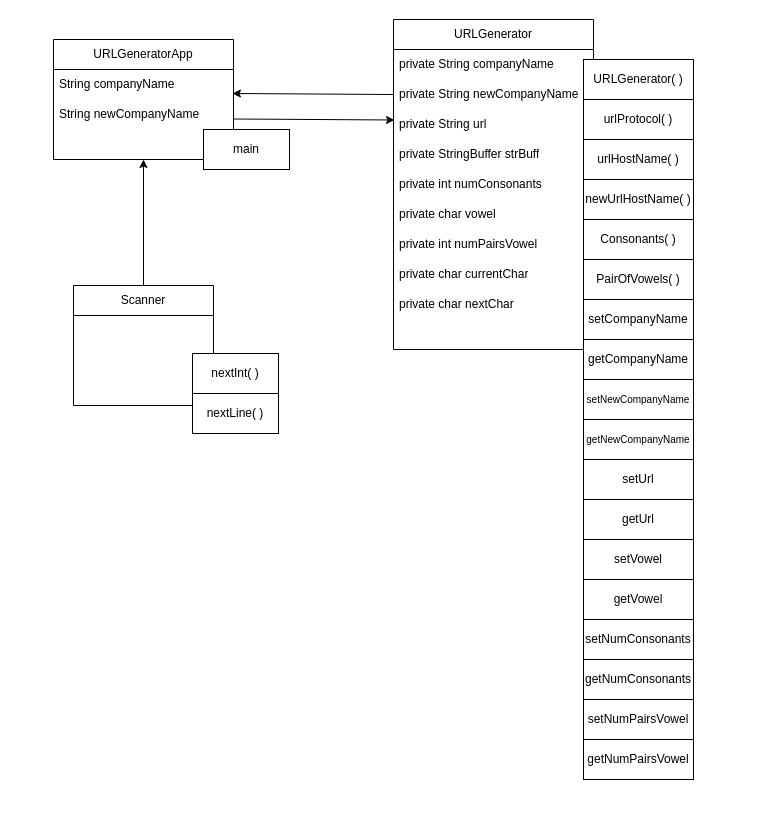
sergio-oliveira-br/Software-Development keeps this draw.io diagram as URLGenerator.drawio. Above is the earlier version. Source tidied: cells renumbered, new cells numbered last; positions are measured from the earlier drawing's top-left corner, leaving out a move shared by most shapes. Both pictures are drawn from the tidied source at 100%, with x=0, y=0 at pixel (53, 19).
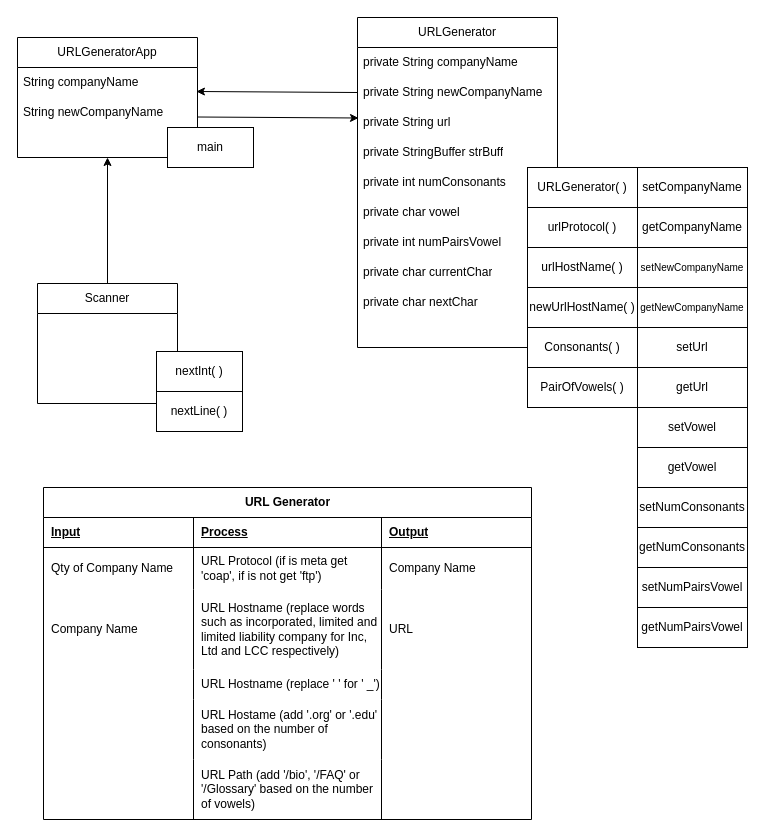
The same page after the edit.

The edit, as a diff of the source:
```diff
@@
     <mxCell id="3" value="Scanner" style="swimlane;fontStyle=0;horizontal=1;startSize=30;whiteSpace=wrap;html=1;" parent="1" vertex="1">
-      <mxGeometry x="20" y="266" width="140" height="120" as="geometry" />
+      <mxGeometry x="-16" y="264" width="140" height="120" as="geometry" />
     </mxCell>
@@
     <mxCell id="7" value="URLGenerator" style="swimlane;fontStyle=0;horizontal=1;startSize=30;whiteSpace=wrap;html=1;" parent="1" vertex="1">
-      <mxGeometry x="340" width="200" height="330" as="geometry" />
+      <mxGeometry x="304" y="-2" width="200" height="330" as="geometry" />
     </mxCell>
@@
     <mxCell id="18" value="URLGeneratorApp" style="swimlane;fontStyle=0;horizontal=1;startSize=30;whiteSpace=wrap;html=1;" parent="1" vertex="1">
-      <mxGeometry y="20" width="180" height="120" as="geometry" />
+      <mxGeometry x="-36" y="18" width="180" height="120" as="geometry" />
     </mxCell>
@@
     <mxCell id="22" value="main" style="rounded=0;whiteSpace=wrap;html=1;" parent="1" vertex="1">
-      <mxGeometry x="150" y="110" width="86" height="40" as="geometry" />
+      <mxGeometry x="114" y="108" width="86" height="40" as="geometry" />
     </mxCell>
     <mxCell id="23" value="nextLine( )" style="rounded=0;whiteSpace=wrap;html=1;" parent="1" vertex="1">
-      <mxGeometry x="139" y="374" width="86" height="40" as="geometry" />
+      <mxGeometry x="103" y="372" width="86" height="40" as="geometry" />
     </mxCell>
     <mxCell id="24" value="nextInt( )" style="rounded=0;whiteSpace=wrap;html=1;" parent="1" vertex="1">
-      <mxGeometry x="139" y="334" width="86" height="40" as="geometry" />
+      <mxGeometry x="103" y="332" width="86" height="40" as="geometry" />
     </mxCell>
     <mxCell id="25" value="URLGenerator( )" style="rounded=0;whiteSpace=wrap;html=1;" parent="1" vertex="1">
-      <mxGeometry x="530" y="40" width="110" height="40" as="geometry" />
+      <mxGeometry x="474" y="148" width="110" height="40" as="geometry" />
     </mxCell>
     <mxCell id="26" value="urlProtocol( )" style="rounded=0;whiteSpace=wrap;html=1;" parent="1" vertex="1">
-      <mxGeometry x="530" y="80" width="110" height="40" as="geometry" />
+      <mxGeometry x="474" y="188" width="110" height="40" as="geometry" />
     </mxCell>
     <mxCell id="27" value="urlHostName( )" style="rounded=0;whiteSpace=wrap;html=1;" parent="1" vertex="1">
-      <mxGeometry x="530" y="120" width="110" height="40" as="geometry" />
+      <mxGeometry x="474" y="228" width="110" height="40" as="geometry" />
     </mxCell>
     <mxCell id="28" value="newUrlHostName( )" style="rounded=0;whiteSpace=wrap;html=1;" parent="1" vertex="1">
-      <mxGeometry x="530" y="160" width="110" height="40" as="geometry" />
+      <mxGeometry x="474" y="268" width="110" height="40" as="geometry" />
     </mxCell>
     <mxCell id="29" value="Consonants( )" style="rounded=0;whiteSpace=wrap;html=1;" parent="1" vertex="1">
-      <mxGeometry x="530" y="200" width="110" height="40" as="geometry" />
+      <mxGeometry x="474" y="308" width="110" height="40" as="geometry" />
     </mxCell>
     <mxCell id="30" value="PairOfVowels( )" style="rounded=0;whiteSpace=wrap;html=1;" parent="1" vertex="1">
-      <mxGeometry x="530" y="240" width="110" height="40" as="geometry" />
+      <mxGeometry x="474" y="348" width="110" height="40" as="geometry" />
     </mxCell>
     <mxCell id="31" value="setCompanyName" style="rounded=0;whiteSpace=wrap;html=1;" parent="1" vertex="1">
-      <mxGeometry x="530" y="280" width="110" height="40" as="geometry" />
+      <mxGeometry x="584" y="148" width="110" height="40" as="geometry" />
     </mxCell>
     <mxCell id="32" value="getCompanyName" style="rounded=0;whiteSpace=wrap;html=1;" parent="1" vertex="1">
-      <mxGeometry x="530" y="320" width="110" height="40" as="geometry" />
+      <mxGeometry x="584" y="188" width="110" height="40" as="geometry" />
     </mxCell>
     <mxCell id="33" value="setNewCompanyName" style="rounded=0;whiteSpace=wrap;html=1;fontSize=10;" parent="1" vertex="1">
-      <mxGeometry x="530" y="360" width="110" height="40" as="geometry" />
+      <mxGeometry x="584" y="228" width="110" height="40" as="geometry" />
     </mxCell>
     <mxCell id="34" value="getNewCompanyName" style="rounded=0;whiteSpace=wrap;html=1;fontSize=10;" parent="1" vertex="1">
-      <mxGeometry x="530" y="400" width="110" height="40" as="geometry" />
+      <mxGeometry x="584" y="268" width="110" height="40" as="geometry" />
     </mxCell>
     <mxCell id="35" value="setUrl" style="rounded=0;whiteSpace=wrap;html=1;" parent="1" vertex="1">
-      <mxGeometry x="530" y="440" width="110" height="40" as="geometry" />
+      <mxGeometry x="584" y="308" width="110" height="40" as="geometry" />
     </mxCell>
     <mxCell id="36" value="getUrl" style="rounded=0;whiteSpace=wrap;html=1;" parent="1" vertex="1">
-      <mxGeometry x="530" y="480" width="110" height="40" as="geometry" />
+      <mxGeometry x="584" y="348" width="110" height="40" as="geometry" />
     </mxCell>
     <mxCell id="37" value="setVowel" style="rounded=0;whiteSpace=wrap;html=1;" parent="1" vertex="1">
-      <mxGeometry x="530" y="520" width="110" height="40" as="geometry" />
+      <mxGeometry x="584" y="388" width="110" height="40" as="geometry" />
     </mxCell>
     <mxCell id="38" value="getVowel" style="rounded=0;whiteSpace=wrap;html=1;" parent="1" vertex="1">
-      <mxGeometry x="530" y="560" width="110" height="40" as="geometry" />
+      <mxGeometry x="584" y="428" width="110" height="40" as="geometry" />
     </mxCell>
     <mxCell id="39" value="setNumConsonants" style="rounded=0;whiteSpace=wrap;html=1;" parent="1" vertex="1">
-      <mxGeometry x="530" y="600" width="110" height="40" as="geometry" />
+      <mxGeometry x="584" y="468" width="110" height="40" as="geometry" />
     </mxCell>
     <mxCell id="40" value="setNumPairsVowel" style="rounded=0;whiteSpace=wrap;html=1;" parent="1" vertex="1">
-      <mxGeometry x="530" y="680" width="110" height="40" as="geometry" />
+      <mxGeometry x="584" y="548" width="110" height="40" as="geometry" />
     </mxCell>
     <mxCell id="41" value="getNumConsonants" style="rounded=0;whiteSpace=wrap;html=1;" parent="1" vertex="1">
-      <mxGeometry x="530" y="640" width="110" height="40" as="geometry" />
+      <mxGeometry x="584" y="508" width="110" height="40" as="geometry" />
     </mxCell>
     <mxCell id="42" value="getNumPairsVowel" style="rounded=0;whiteSpace=wrap;html=1;" parent="1" vertex="1">
-      <mxGeometry x="530" y="720" width="110" height="40" as="geometry" />
+      <mxGeometry x="584" y="588" width="110" height="40" as="geometry" />
     </mxCell>
@@
     <mxCell id="44" style="endArrow=classic;html=1;rounded=0;entryX=0.994;entryY=-0.2;entryDx=0;entryDy=0;entryPerimeter=0;exitX=0;exitY=0.5;exitDx=0;exitDy=0;" parent="1" edge="1">
       <mxGeometry relative="1" as="geometry">
-        <mxPoint x="180" y="99.5" as="sourcePoint" />
-        <mxPoint x="341" y="100.5" as="targetPoint" />
+        <mxPoint x="144" y="97.5" as="sourcePoint" />
+        <mxPoint x="305" y="98.5" as="targetPoint" />
       </mxGeometry>
     </mxCell>
+    <mxCell id="45" value="URL Generator" style="shape=table;startSize=30;childLayout=tableLayout;rowLines=0;fontStyle=1;align=center;html=1;" parent="1" vertex="1">
+      <mxGeometry x="-10" y="468" width="488" height="332" as="geometry" />
+    </mxCell>
+    <mxCell id="46" style="shape=tableRow;horizontal=0;startSize=0;swimlaneHead=0;swimlaneBody=0;fillColor=none;top=0;left=0;right=0;bottom=1;" parent="45" vertex="1">
+      <mxGeometry y="30" width="488" height="30" as="geometry" />
+    </mxCell>
+    <mxCell id="47" value="Input" style="shape=partialRectangle;fillColor=none;top=0;left=0;bottom=0;right=0;align=left;spacingLeft=6;fontStyle=5;overflow=hidden;whiteSpace=wrap;html=1;" parent="46" vertex="1">
+      <mxGeometry width="150" height="30" as="geometry" />
+    </mxCell>
+    <mxCell id="48" value="Process" style="shape=partialRectangle;fillColor=none;top=0;left=0;bottom=0;right=0;align=left;spacingLeft=6;fontStyle=5;overflow=hidden;whiteSpace=wrap;html=1;" parent="46" vertex="1">
+      <mxGeometry x="150" width="188" height="30" as="geometry" />
+    </mxCell>
+    <mxCell id="49" value="Output" style="shape=partialRectangle;fillColor=none;top=0;left=0;bottom=0;right=0;align=left;spacingLeft=6;fontStyle=5;overflow=hidden;whiteSpace=wrap;html=1;" parent="46" vertex="1">
+      <mxGeometry x="338" width="150" height="30" as="geometry" />
+    </mxCell>
+    <mxCell id="50" style="shape=tableRow;horizontal=0;startSize=0;swimlaneHead=0;swimlaneBody=0;fillColor=none;top=0;left=0;right=0;bottom=0;" parent="45" vertex="1">
+      <mxGeometry y="60" width="488" height="42" as="geometry" />
+    </mxCell>
+    <mxCell id="51" value="Qty of Company Name" style="shape=partialRectangle;fillColor=none;top=0;left=0;bottom=0;right=0;align=left;spacingLeft=6;overflow=hidden;whiteSpace=wrap;html=1;" parent="50" vertex="1">
+      <mxGeometry width="150" height="42" as="geometry" />
+    </mxCell>
+    <mxCell id="52" value="URL Protocol (if is meta get 'coap', if is not get 'ftp')" style="shape=partialRectangle;fillColor=none;top=0;left=0;bottom=0;right=0;align=left;spacingLeft=6;overflow=hidden;whiteSpace=wrap;html=1;" parent="50" vertex="1">
+      <mxGeometry x="150" width="188" height="42" as="geometry" />
+    </mxCell>
+    <mxCell id="53" value="Company Name" style="shape=partialRectangle;fillColor=none;top=0;left=0;bottom=0;right=0;align=left;spacingLeft=6;overflow=hidden;whiteSpace=wrap;html=1;" parent="50" vertex="1">
+      <mxGeometry x="338" width="150" height="42" as="geometry" />
+    </mxCell>
+    <mxCell id="54" style="shape=tableRow;horizontal=0;startSize=0;swimlaneHead=0;swimlaneBody=0;fillColor=none;top=0;left=0;right=0;bottom=0;" parent="45" vertex="1">
+      <mxGeometry y="102" width="488" height="80" as="geometry" />
+    </mxCell>
+    <mxCell id="55" value="Company Name" style="shape=partialRectangle;fillColor=none;top=0;left=0;bottom=0;right=0;align=left;spacingLeft=6;overflow=hidden;whiteSpace=wrap;html=1;" parent="54" vertex="1">
+      <mxGeometry width="150" height="80" as="geometry" />
+    </mxCell>
+    <mxCell id="56" value="URL Hostname (replace words such as incorporated, limited and limited liability company for Inc, Ltd and LCC respectively)" style="shape=partialRectangle;fillColor=none;top=0;left=0;bottom=0;right=0;align=left;spacingLeft=6;overflow=hidden;whiteSpace=wrap;html=1;" parent="54" vertex="1">
+      <mxGeometry x="150" width="188" height="80" as="geometry" />
+    </mxCell>
+    <mxCell id="57" value="URL" style="shape=partialRectangle;fillColor=none;top=0;left=0;bottom=0;right=0;align=left;spacingLeft=6;overflow=hidden;whiteSpace=wrap;html=1;" parent="54" vertex="1">
+      <mxGeometry x="338" width="150" height="80" as="geometry" />
+    </mxCell>
+    <mxCell id="58" style="shape=tableRow;horizontal=0;startSize=0;swimlaneHead=0;swimlaneBody=0;fillColor=none;top=0;left=0;right=0;bottom=0;" parent="45" vertex="1">
+      <mxGeometry y="182" width="488" height="30" as="geometry" />
+    </mxCell>
+    <mxCell id="59" style="shape=partialRectangle;fillColor=none;top=0;left=0;bottom=0;right=0;align=left;spacingLeft=6;overflow=hidden;whiteSpace=wrap;html=1;" parent="58" vertex="1">
+      <mxGeometry width="150" height="30" as="geometry" />
+    </mxCell>
+    <mxCell id="60" value="URL Hostname (replace ' ' for ' _')" style="shape=partialRectangle;fillColor=none;top=0;left=0;bottom=0;right=0;align=left;spacingLeft=6;overflow=hidden;whiteSpace=wrap;html=1;" parent="58" vertex="1">
+      <mxGeometry x="150" width="188" height="30" as="geometry" />
+    </mxCell>
+    <mxCell id="61" style="shape=partialRectangle;fillColor=none;top=0;left=0;bottom=0;right=0;align=left;spacingLeft=6;overflow=hidden;whiteSpace=wrap;html=1;" parent="58" vertex="1">
+      <mxGeometry x="338" width="150" height="30" as="geometry" />
+    </mxCell>
+    <mxCell id="62" style="shape=tableRow;horizontal=0;startSize=0;swimlaneHead=0;swimlaneBody=0;fillColor=none;top=0;left=0;right=0;bottom=0;" parent="45" vertex="1">
+      <mxGeometry y="212" width="488" height="60" as="geometry" />
+    </mxCell>
+    <mxCell id="63" style="shape=partialRectangle;fillColor=none;top=0;left=0;bottom=0;right=0;align=left;spacingLeft=6;overflow=hidden;whiteSpace=wrap;html=1;" parent="62" vertex="1">
+      <mxGeometry width="150" height="60" as="geometry" />
+    </mxCell>
+    <mxCell id="64" value="URL Hostame (add '.org' or '.edu' based on the number of consonants)" style="shape=partialRectangle;fillColor=none;top=0;left=0;bottom=0;right=0;align=left;spacingLeft=6;overflow=hidden;whiteSpace=wrap;html=1;" parent="62" vertex="1">
+      <mxGeometry x="150" width="188" height="60" as="geometry" />
+    </mxCell>
+    <mxCell id="65" style="shape=partialRectangle;fillColor=none;top=0;left=0;bottom=0;right=0;align=left;spacingLeft=6;overflow=hidden;whiteSpace=wrap;html=1;" parent="62" vertex="1">
+      <mxGeometry x="338" width="150" height="60" as="geometry" />
+    </mxCell>
+    <mxCell id="66" style="shape=tableRow;horizontal=0;startSize=0;swimlaneHead=0;swimlaneBody=0;fillColor=none;top=0;left=0;right=0;bottom=0;" parent="45" vertex="1">
+      <mxGeometry y="272" width="488" height="60" as="geometry" />
+    </mxCell>
+    <mxCell id="67" style="shape=partialRectangle;fillColor=none;top=0;left=0;bottom=0;right=0;align=left;spacingLeft=6;overflow=hidden;whiteSpace=wrap;html=1;" parent="66" vertex="1">
+      <mxGeometry width="150" height="60" as="geometry" />
+    </mxCell>
+    <mxCell id="68" value="URL Path (add '/bio', '/FAQ' or '/Glossary' based on the number of vowels)" style="shape=partialRectangle;fillColor=none;top=0;left=0;bottom=0;right=0;align=left;spacingLeft=6;overflow=hidden;whiteSpace=wrap;html=1;" parent="66" vertex="1">
+      <mxGeometry x="150" width="188" height="60" as="geometry" />
+    </mxCell>
+    <mxCell id="69" style="shape=partialRectangle;fillColor=none;top=0;left=0;bottom=0;right=0;align=left;spacingLeft=6;overflow=hidden;whiteSpace=wrap;html=1;" parent="66" vertex="1">
+      <mxGeometry x="338" width="150" height="60" as="geometry" />
+    </mxCell>
```
